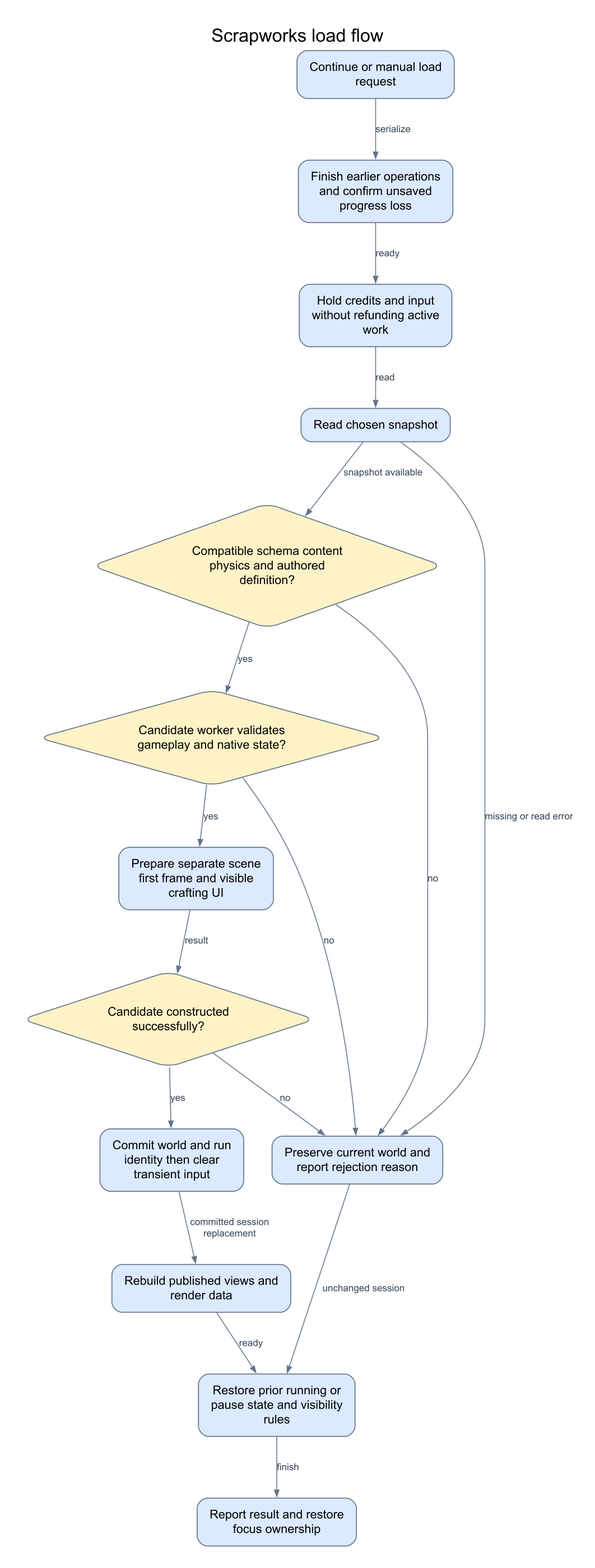
Googlproxer/Scrapworks keeps this Mermaid diagram as docs/diagrams/load-flow.png. Above is the earlier version. Its source is kept beside it as docs/diagrams/src/load-flow.mmd.
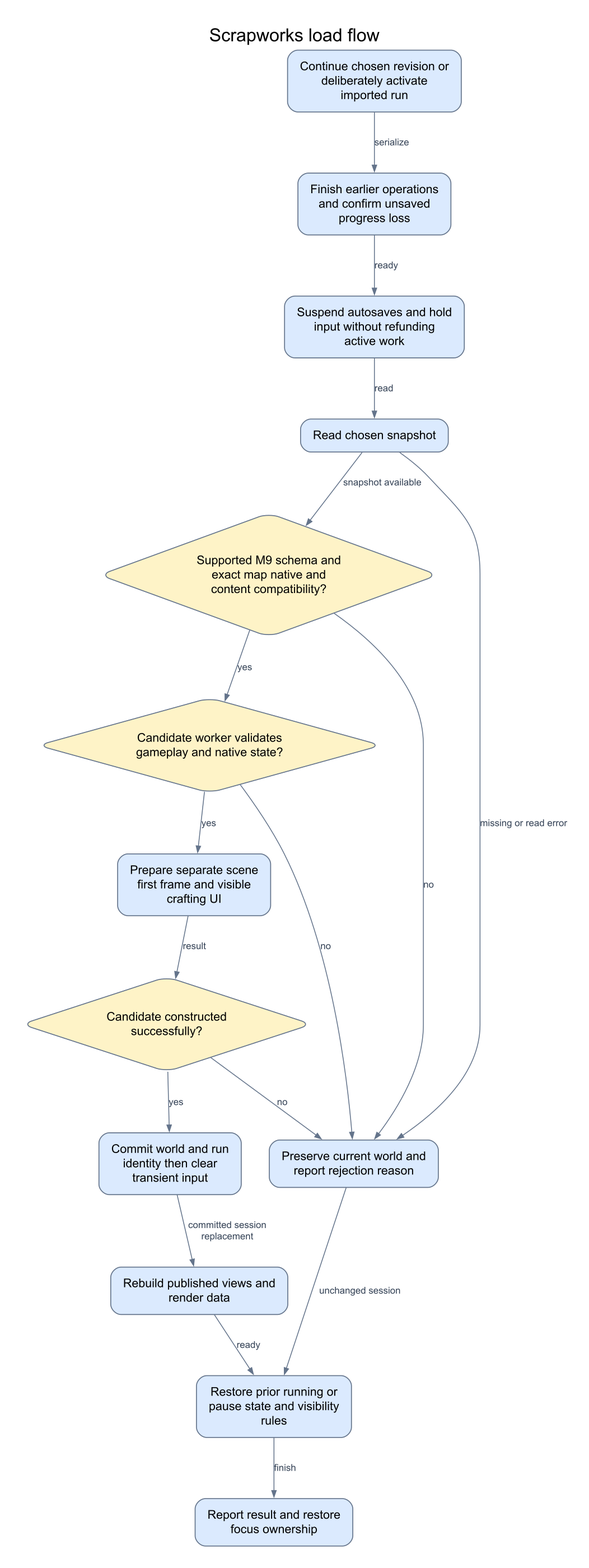
After the change.

The edit, as a diff of the source:
```diff
@@ -1,9 +1,9 @@
 flowchart TB
-    Request[Continue or manual load request]
+    Request[Continue chosen revision or deliberately activate imported run]
     Queue[Finish earlier operations and confirm unsaved progress loss]
-    Pause[Hold credits and input without refunding active work]
+    Pause[Suspend autosaves and hold input without refunding active work]
     Read[Read chosen snapshot]
-    Version{Compatible schema content physics and authored definition?}
+    Version{Supported M9 schema and exact map native and content compatibility?}
     Valid{Candidate worker validates gameplay and native state?}
     Build[Prepare separate scene first frame and visible crafting UI]
     Ready{Candidate constructed successfully?}
```
